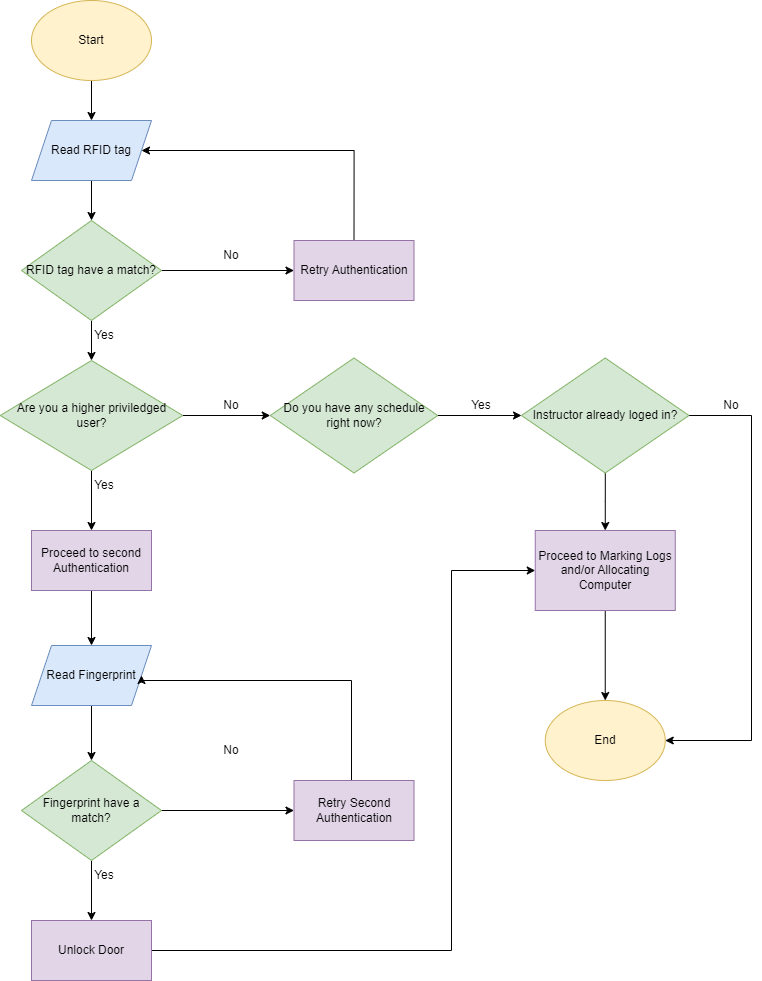
Above: Device Operation Flowchart.drawio.png in kaisunoo/Acads (draw.io), before the change. Source tidied: cells renumbered, new cells last; positions are measured from the earlier drawing's top-left corner, leaving out a move shared by most shapes.
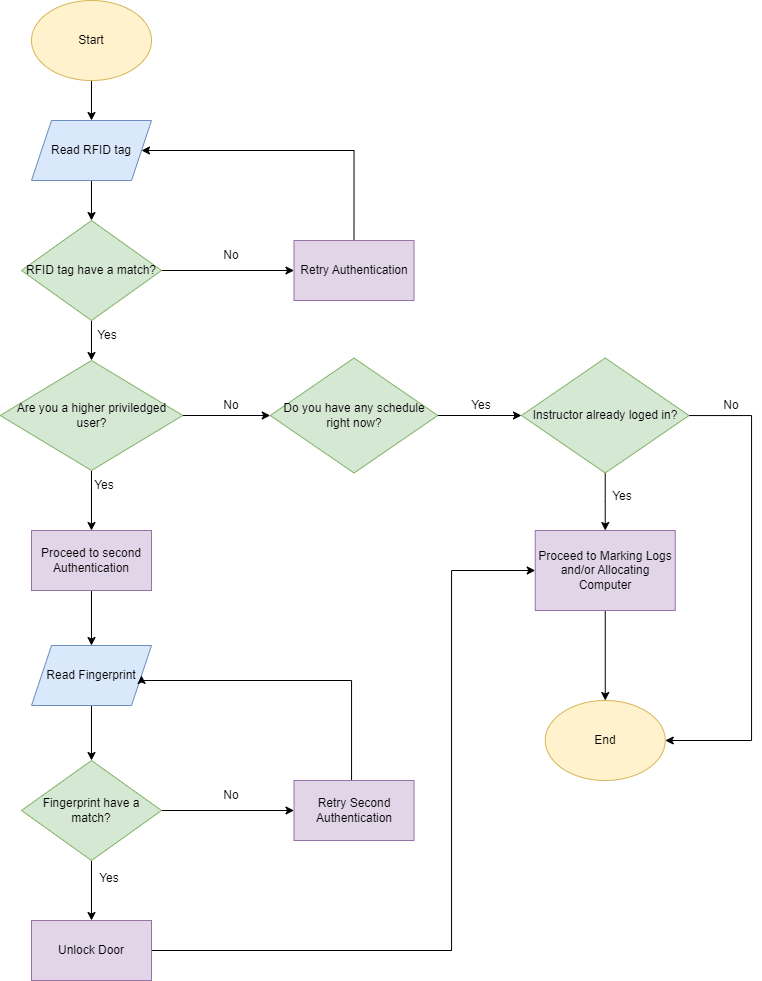
After the change.

What changed in the source:
```diff
@@ -42,7 +42,7 @@
       <mxGeometry x="21" y="220" width="140" height="100" as="geometry" />
     </mxCell>
     <mxCell id="15" value="Yes" style="text;strokeColor=none;align=center;fillColor=none;html=1;verticalAlign=middle;whiteSpace=wrap;rounded=0;" parent="1" vertex="1">
-      <mxGeometry x="74" y="320" width="60" height="30" as="geometry" />
+      <mxGeometry x="77" y="320" width="60" height="30" as="geometry" />
     </mxCell>
     <mxCell id="16" style="edgeStyle=orthogonalEdgeStyle;rounded=0;jettySize=auto;html=1;entryX=1;entryY=0.5;entryDx=0;entryDy=0;exitX=0.5;exitY=0;exitDx=0;exitDy=0;" parent="1" edge="1" source="17" target="5">
       <mxGeometry relative="1" as="geometry">
@@ -96,10 +96,10 @@
       <mxGeometry x="544.8" y="700" width="120" height="80" as="geometry" />
     </mxCell>
     <mxCell id="30" value="Yes" style="text;strokeColor=none;align=center;fillColor=none;html=1;verticalAlign=middle;whiteSpace=wrap;rounded=0;" parent="1" vertex="1">
-      <mxGeometry x="74" y="860" width="60" height="30" as="geometry" />
+      <mxGeometry x="79" y="863" width="60" height="30" as="geometry" />
     </mxCell>
     <mxCell id="31" value="No" style="text;strokeColor=none;align=center;fillColor=none;html=1;verticalAlign=middle;whiteSpace=wrap;rounded=0;" parent="1" vertex="1">
-      <mxGeometry x="201" y="735" width="60" height="30" as="geometry" />
+      <mxGeometry x="201" y="780" width="60" height="30" as="geometry" />
     </mxCell>
     <mxCell id="32" style="edgeStyle=orthogonalEdgeStyle;rounded=0;jettySize=auto;html=1;entryX=1;entryY=0.5;entryDx=0;entryDy=0;" parent="1" edge="1" source="33" target="23">
       <mxGeometry relative="1" as="geometry">
@@ -138,5 +138,8 @@
     <mxCell id="40" value="No" style="text;strokeColor=none;align=center;fillColor=none;html=1;verticalAlign=middle;whiteSpace=wrap;rounded=0;" parent="1" vertex="1">
       <mxGeometry x="701" y="390" width="60" height="30" as="geometry" />
     </mxCell>
+    <mxCell id="41" value="Yes" style="text;strokeColor=none;align=center;fillColor=none;html=1;verticalAlign=middle;whiteSpace=wrap;rounded=0;" parent="1" vertex="1">
+      <mxGeometry x="592" y="481" width="60" height="30" as="geometry" />
+    </mxCell>
   </root>
 </mxGraphModel>
```
